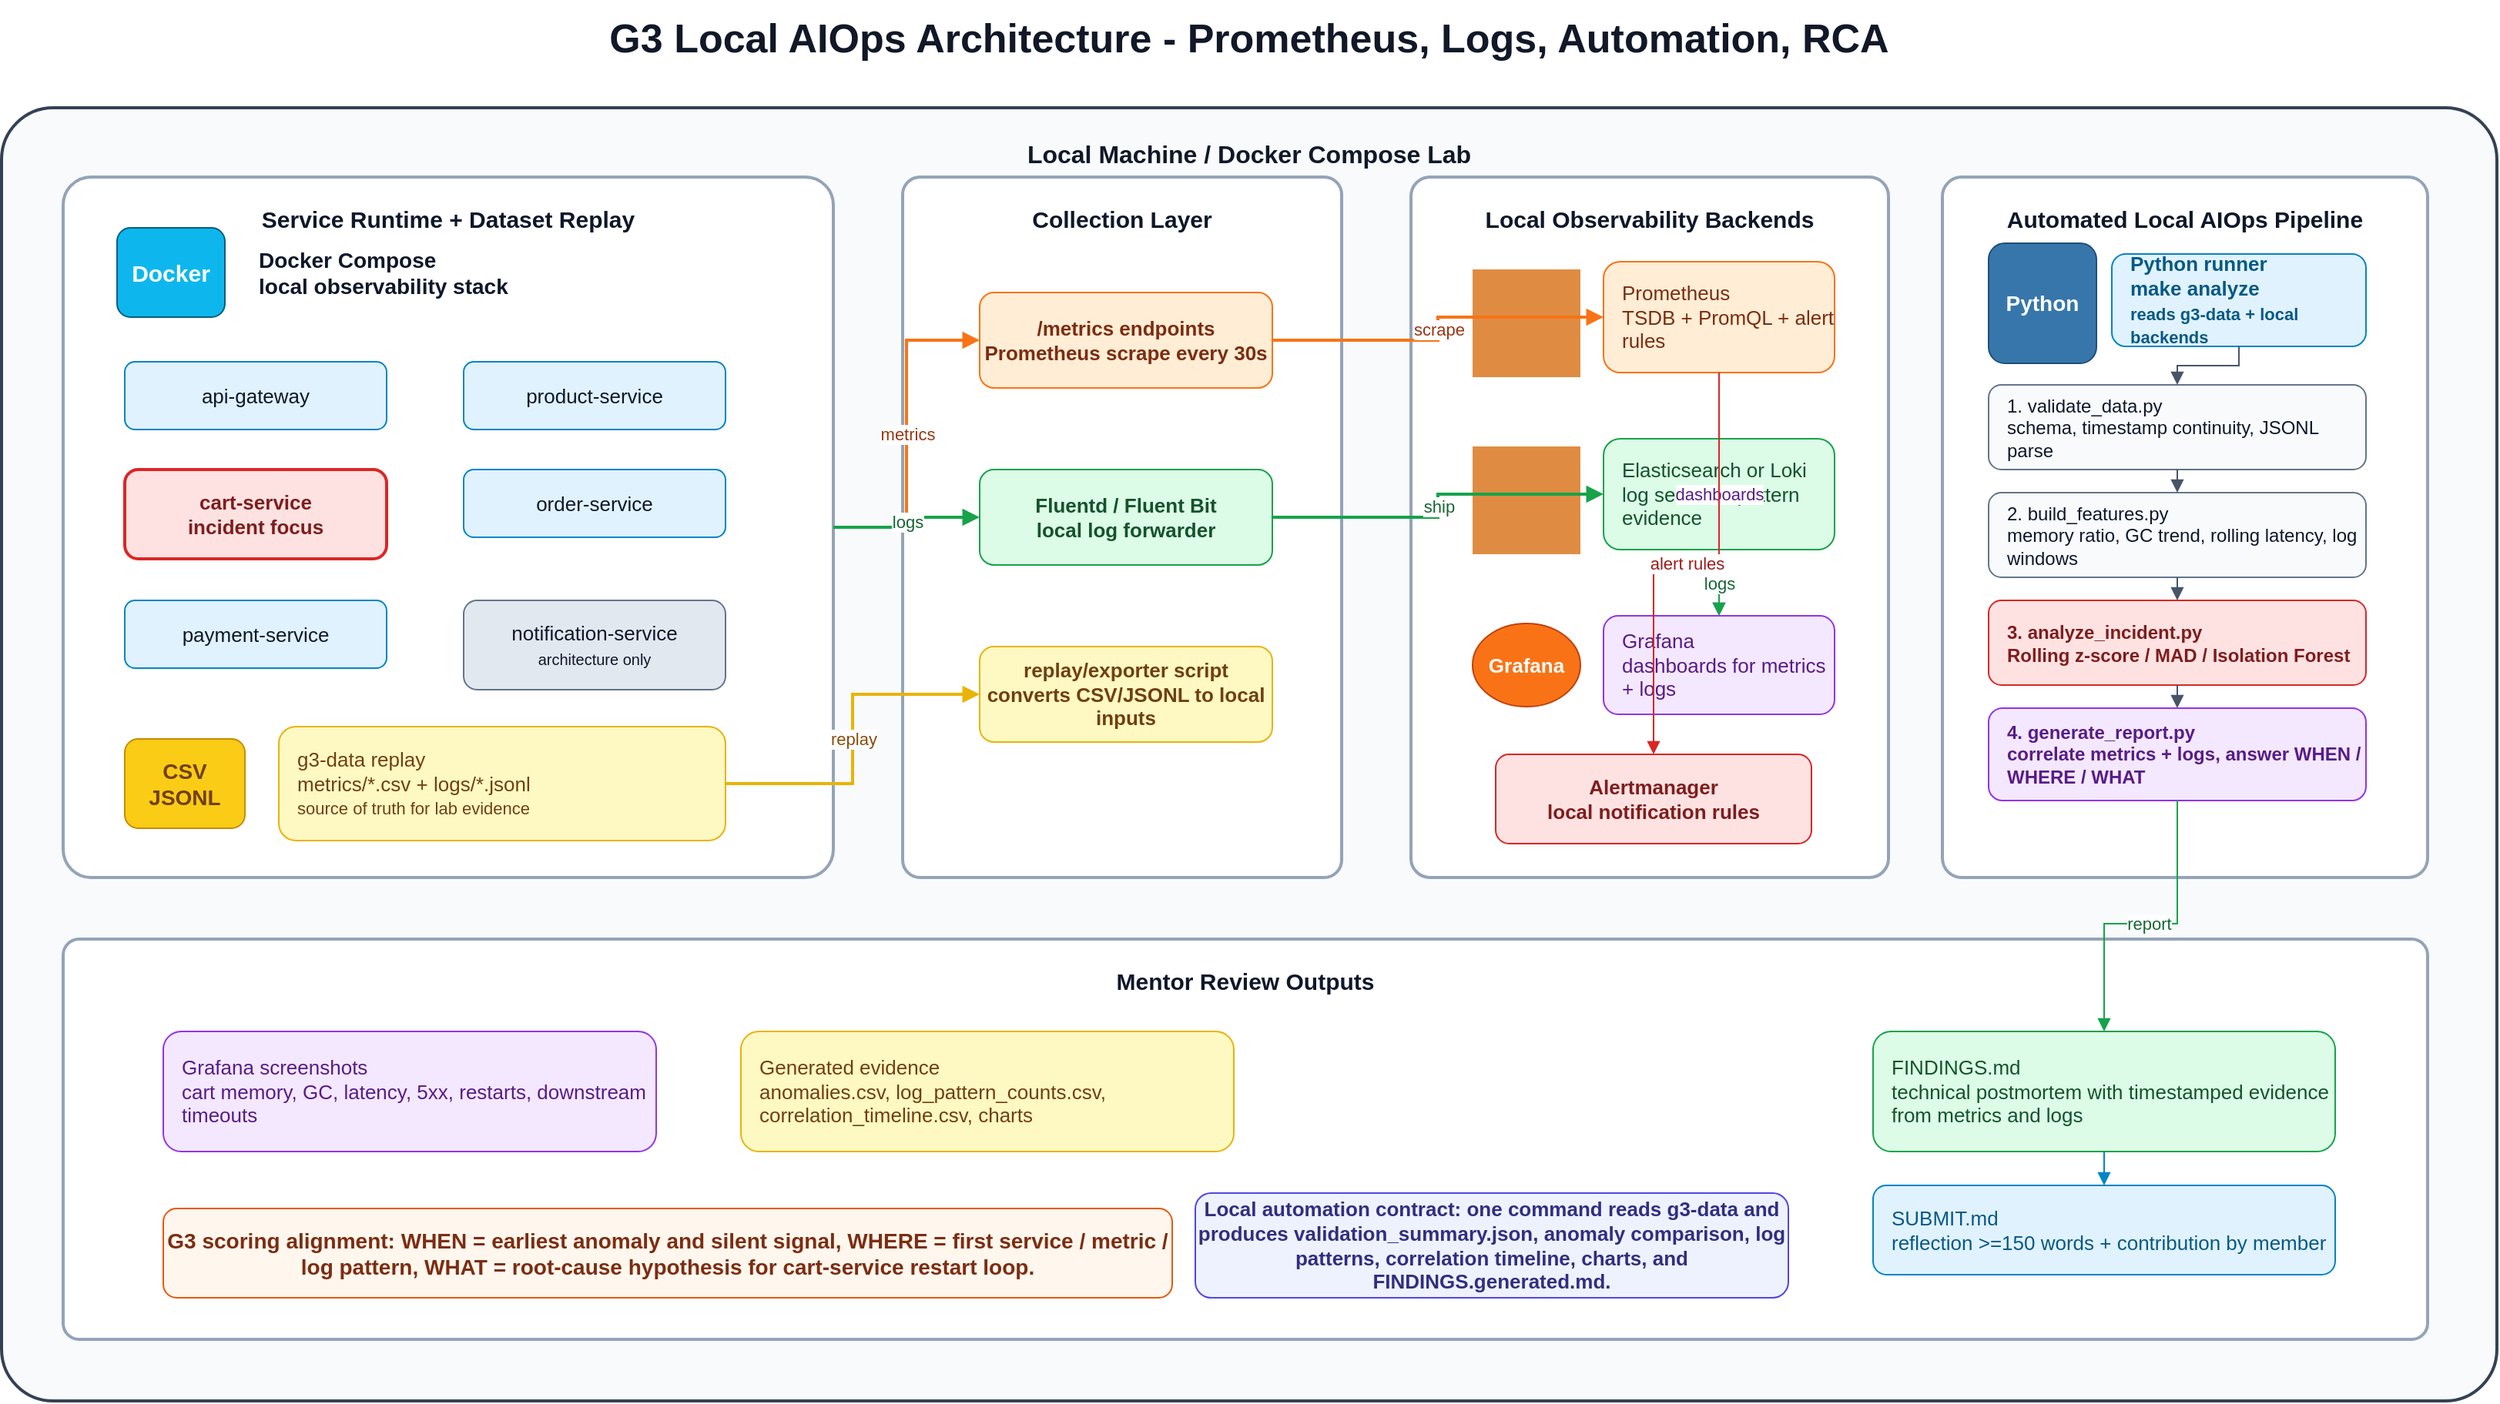
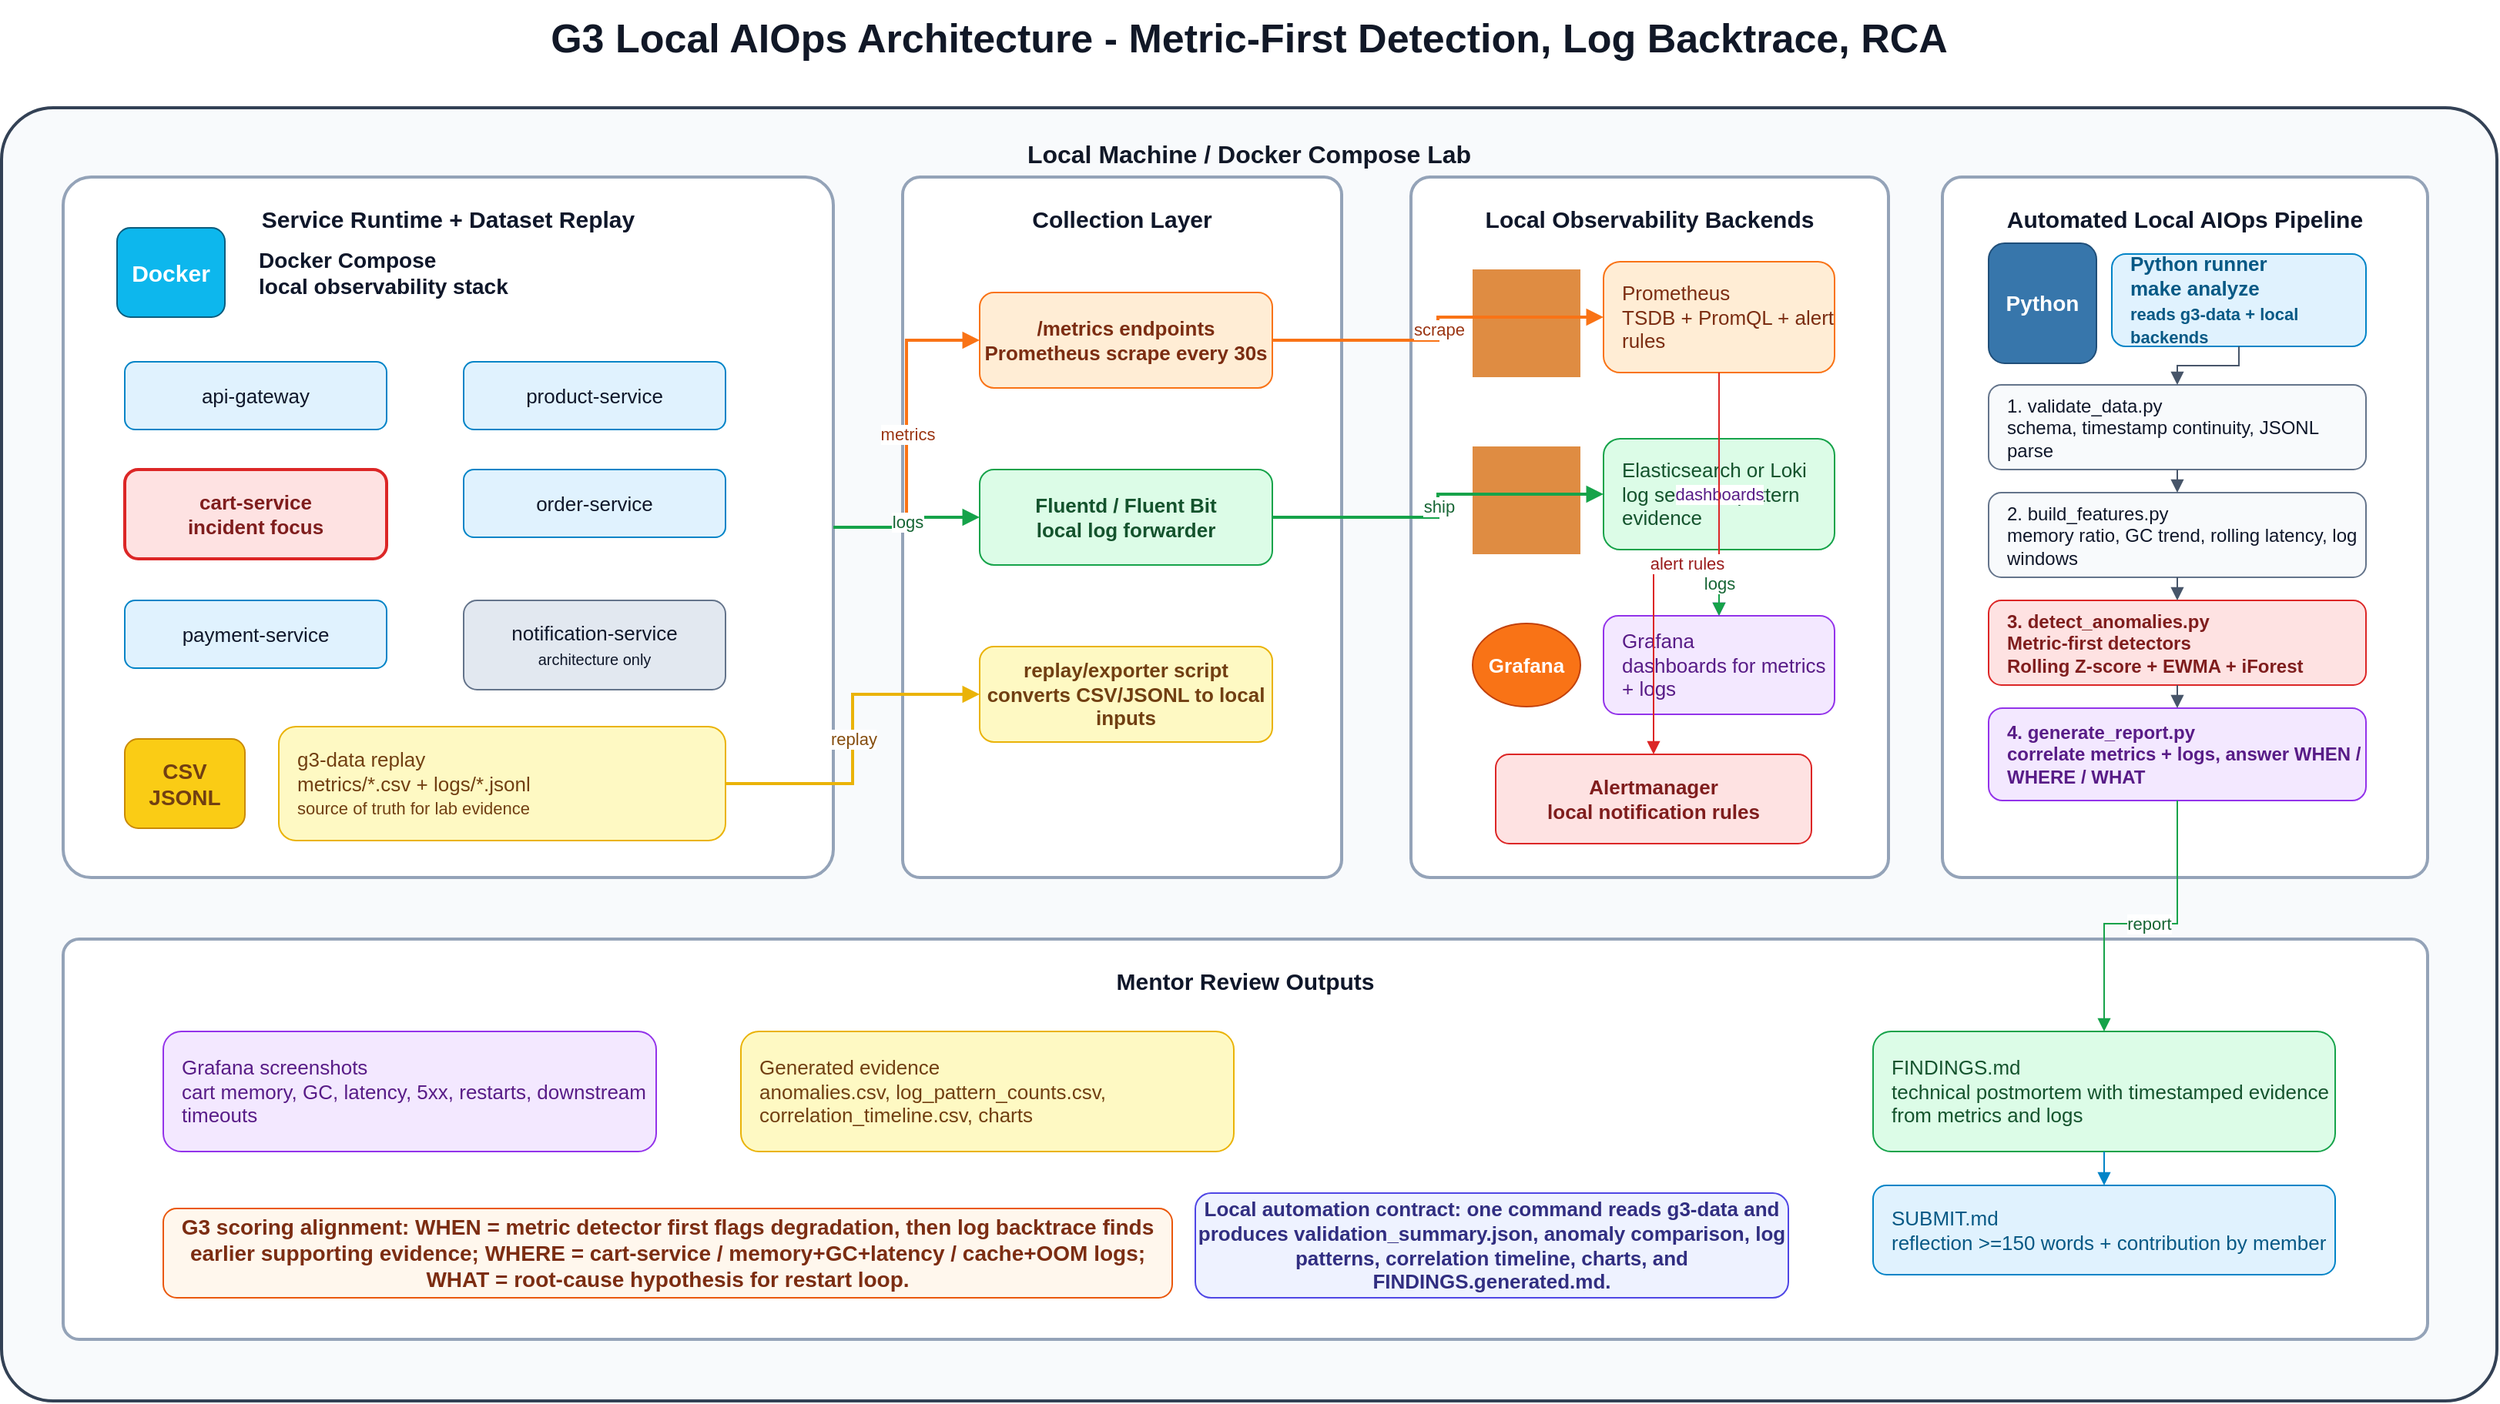
<mxfile host="app.diagrams.net" modified="2026-06-04T00:00:00.000Z" agent="Codex" version="24.7.17">
  <diagram id="g3-local-aiops-architecture" name="G3 Local AIOps Architecture">
    <mxGraphModel dx="1800" dy="1200" grid="1" gridSize="10" guides="1" tooltips="1" connect="1" arrows="1" fold="1" page="1" pageScale="1" pageWidth="1700" pageHeight="1080" math="0" shadow="0">
      <root>
        <mxCell id="0" />
        <mxCell id="1" parent="0" />

-         <mxCell id="title" value="G3 Local AIOps Architecture - Prometheus, Logs, Automation, RCA" style="text;html=1;strokeColor=none;fillColor=none;align=center;verticalAlign=middle;whiteSpace=wrap;fontSize=26;fontStyle=1;fontColor=#111827;" vertex="1" parent="1">
+         <mxCell id="title" value="G3 Local AIOps Architecture - Metric-First Detection, Log Backtrace, RCA" style="text;html=1;strokeColor=none;fillColor=none;align=center;verticalAlign=middle;whiteSpace=wrap;fontSize=26;fontStyle=1;fontColor=#111827;" vertex="1" parent="1">
          <mxGeometry x="280" y="20" width="1140" height="50" as="geometry" />
        </mxCell>

        <mxCell id="host" value="Local Machine / Docker Compose Lab" style="rounded=1;whiteSpace=wrap;html=1;arcSize=4;fillColor=#f8fafc;strokeColor=#334155;strokeWidth=2;fontStyle=1;fontColor=#111827;verticalAlign=top;spacingTop=14;fontSize=16;" vertex="1" parent="1">
          <mxGeometry x="40" y="90" width="1620" height="840" as="geometry" />
        </mxCell>

        <mxCell id="runtime" value="Service Runtime + Dataset Replay" style="rounded=1;whiteSpace=wrap;html=1;arcSize=4;fillColor=#ffffff;strokeColor=#94a3b8;strokeWidth=2;fontStyle=1;fontColor=#0f172a;verticalAlign=top;spacingTop=12;fontSize=15;" vertex="1" parent="1">
          <mxGeometry x="80" y="135" width="500" height="455" as="geometry" />
        </mxCell>
        <mxCell id="docker-icon" value="Docker" style="rounded=1;whiteSpace=wrap;html=1;fillColor=#0db7ed;strokeColor=#0b5d7e;fontColor=#ffffff;fontStyle=1;fontSize=15;align=center;verticalAlign=middle;" vertex="1" parent="1">
          <mxGeometry x="115" y="168" width="70" height="58" as="geometry" />
        </mxCell>
        <mxCell id="docker-label" value="Docker Compose&lt;br&gt;local observability stack" style="text;html=1;strokeColor=none;fillColor=none;align=left;verticalAlign=middle;whiteSpace=wrap;fontSize=14;fontStyle=1;fontColor=#0f172a;" vertex="1" parent="1">
          <mxGeometry x="205" y="170" width="250" height="54" as="geometry" />
        </mxCell>

        <mxCell id="svc-api" value="api-gateway" style="rounded=1;whiteSpace=wrap;html=1;fillColor=#e0f2fe;strokeColor=#0284c7;fontColor=#0f172a;fontSize=13;" vertex="1" parent="1">
          <mxGeometry x="120" y="255" width="170" height="44" as="geometry" />
        </mxCell>
        <mxCell id="svc-product" value="product-service" style="rounded=1;whiteSpace=wrap;html=1;fillColor=#e0f2fe;strokeColor=#0284c7;fontColor=#0f172a;fontSize=13;" vertex="1" parent="1">
          <mxGeometry x="340" y="255" width="170" height="44" as="geometry" />
        </mxCell>
        <mxCell id="svc-cart" value="cart-service&lt;br&gt;&lt;b&gt;incident focus&lt;/b&gt;" style="rounded=1;whiteSpace=wrap;html=1;fillColor=#fee2e2;strokeColor=#dc2626;strokeWidth=2;fontColor=#7f1d1d;fontSize=13;fontStyle=1;" vertex="1" parent="1">
          <mxGeometry x="120" y="325" width="170" height="58" as="geometry" />
        </mxCell>
        <mxCell id="svc-order" value="order-service" style="rounded=1;whiteSpace=wrap;html=1;fillColor=#e0f2fe;strokeColor=#0284c7;fontColor=#0f172a;fontSize=13;" vertex="1" parent="1">
          <mxGeometry x="340" y="325" width="170" height="44" as="geometry" />
        </mxCell>
        <mxCell id="svc-payment" value="payment-service" style="rounded=1;whiteSpace=wrap;html=1;fillColor=#e0f2fe;strokeColor=#0284c7;fontColor=#0f172a;fontSize=13;" vertex="1" parent="1">
          <mxGeometry x="120" y="410" width="170" height="44" as="geometry" />
        </mxCell>
        <mxCell id="svc-notification" value="notification-service&lt;br&gt;&lt;font style=&quot;font-size: 10px;&quot;&gt;architecture only&lt;/font&gt;" style="rounded=1;whiteSpace=wrap;html=1;fillColor=#e2e8f0;strokeColor=#64748b;fontColor=#0f172a;fontSize=13;" vertex="1" parent="1">
          <mxGeometry x="340" y="410" width="170" height="58" as="geometry" />
        </mxCell>
        <mxCell id="data-icon" value="CSV&lt;br&gt;JSONL" style="rounded=1;whiteSpace=wrap;html=1;fillColor=#facc15;strokeColor=#ca8a04;fontColor=#713f12;fontStyle=1;fontSize=14;" vertex="1" parent="1">
          <mxGeometry x="120" y="500" width="78" height="58" as="geometry" />
        </mxCell>
        <mxCell id="data-label" value="g3-data replay&lt;br&gt;metrics/*.csv + logs/*.jsonl&lt;br&gt;&lt;font style=&quot;font-size: 11px;&quot;&gt;source of truth for lab evidence&lt;/font&gt;" style="rounded=1;whiteSpace=wrap;html=1;fillColor=#fef9c3;strokeColor=#eab308;fontColor=#713f12;fontSize=13;align=left;spacingLeft=10;" vertex="1" parent="1">
          <mxGeometry x="220" y="492" width="290" height="74" as="geometry" />
        </mxCell>

        <mxCell id="collect" value="Collection Layer" style="rounded=1;whiteSpace=wrap;html=1;arcSize=4;fillColor=#ffffff;strokeColor=#94a3b8;strokeWidth=2;fontStyle=1;fontColor=#0f172a;verticalAlign=top;spacingTop=12;fontSize=15;" vertex="1" parent="1">
          <mxGeometry x="625" y="135" width="285" height="455" as="geometry" />
        </mxCell>
        <mxCell id="metrics-endpoint" value="/metrics endpoints&lt;br&gt;Prometheus scrape every 30s" style="rounded=1;whiteSpace=wrap;html=1;fillColor=#ffedd5;strokeColor=#f97316;fontColor=#7c2d12;fontSize=13;fontStyle=1;" vertex="1" parent="1">
          <mxGeometry x="675" y="210" width="190" height="62" as="geometry" />
        </mxCell>
        <mxCell id="fluentd" value="Fluentd / Fluent Bit&lt;br&gt;local log forwarder" style="rounded=1;whiteSpace=wrap;html=1;fillColor=#dcfce7;strokeColor=#16a34a;fontColor=#14532d;fontSize=13;fontStyle=1;" vertex="1" parent="1">
          <mxGeometry x="675" y="325" width="190" height="62" as="geometry" />
        </mxCell>
        <mxCell id="replay-adapter" value="replay/exporter script&lt;br&gt;converts CSV/JSONL to local inputs" style="rounded=1;whiteSpace=wrap;html=1;fillColor=#fef9c3;strokeColor=#eab308;fontColor=#713f12;fontSize=13;fontStyle=1;" vertex="1" parent="1">
          <mxGeometry x="675" y="440" width="190" height="62" as="geometry" />
        </mxCell>

        <mxCell id="backends" value="Local Observability Backends" style="rounded=1;whiteSpace=wrap;html=1;arcSize=4;fillColor=#ffffff;strokeColor=#94a3b8;strokeWidth=2;fontStyle=1;fontColor=#0f172a;verticalAlign=top;spacingTop=12;fontSize=15;" vertex="1" parent="1">
          <mxGeometry x="955" y="135" width="310" height="455" as="geometry" />
        </mxCell>
        <mxCell id="prom-icon" value="" style="sketch=0;outlineConnect=0;gradientColor=none;fillColor=#DF8C42;strokeColor=none;dashed=0;verticalLabelPosition=bottom;verticalAlign=top;align=center;html=1;fontSize=12;fontStyle=0;aspect=fixed;shape=mxgraph.alibaba_cloud.prometheus;" vertex="1" parent="1">
          <mxGeometry x="995" y="195" width="70" height="70" as="geometry" />
        </mxCell>
        <mxCell id="prometheus" value="Prometheus&lt;br&gt;TSDB + PromQL + alert rules" style="rounded=1;whiteSpace=wrap;html=1;fillColor=#ffedd5;strokeColor=#f97316;fontColor=#7c2d12;fontSize=13;align=left;spacingLeft=10;" vertex="1" parent="1">
          <mxGeometry x="1080" y="190" width="150" height="72" as="geometry" />
        </mxCell>
        <mxCell id="elastic-icon" value="" style="sketch=0;outlineConnect=0;gradientColor=none;fillColor=#DF8C42;strokeColor=none;dashed=0;verticalLabelPosition=bottom;verticalAlign=top;align=center;html=1;fontSize=12;fontStyle=0;aspect=fixed;shape=mxgraph.alibaba_cloud.elasticsearch;" vertex="1" parent="1">
          <mxGeometry x="995" y="310" width="70" height="70" as="geometry" />
        </mxCell>
        <mxCell id="elasticsearch" value="Elasticsearch or Loki&lt;br&gt;log search + pattern evidence" style="rounded=1;whiteSpace=wrap;html=1;fillColor=#dcfce7;strokeColor=#16a34a;fontColor=#14532d;fontSize=13;align=left;spacingLeft=10;" vertex="1" parent="1">
          <mxGeometry x="1080" y="305" width="150" height="72" as="geometry" />
        </mxCell>
        <mxCell id="grafana-icon" value="Grafana" style="ellipse;whiteSpace=wrap;html=1;fillColor=#f97316;strokeColor=#c2410c;fontColor=#ffffff;fontStyle=1;fontSize=13;align=center;verticalAlign=middle;" vertex="1" parent="1">
          <mxGeometry x="995" y="425" width="70" height="54" as="geometry" />
        </mxCell>
        <mxCell id="grafana" value="Grafana&lt;br&gt;dashboards for metrics + logs" style="rounded=1;whiteSpace=wrap;html=1;fillColor=#f3e8ff;strokeColor=#9333ea;fontColor=#581c87;fontSize=13;align=left;spacingLeft=10;" vertex="1" parent="1">
          <mxGeometry x="1080" y="420" width="150" height="64" as="geometry" />
        </mxCell>
        <mxCell id="alertmanager" value="Alertmanager&lt;br&gt;local notification rules" style="rounded=1;whiteSpace=wrap;html=1;fillColor=#fee2e2;strokeColor=#dc2626;fontColor=#7f1d1d;fontSize=13;align=center;fontStyle=1;" vertex="1" parent="1">
          <mxGeometry x="1010" y="510" width="205" height="58" as="geometry" />
        </mxCell>

        <mxCell id="pipeline" value="Automated Local AIOps Pipeline" style="rounded=1;whiteSpace=wrap;html=1;arcSize=4;fillColor=#ffffff;strokeColor=#94a3b8;strokeWidth=2;fontStyle=1;fontColor=#0f172a;verticalAlign=top;spacingTop=12;fontSize=15;" vertex="1" parent="1">
          <mxGeometry x="1300" y="135" width="315" height="455" as="geometry" />
        </mxCell>
        <mxCell id="python-icon" value="Python" style="rounded=1;whiteSpace=wrap;html=1;fillColor=#3776ab;strokeColor=#1f4e79;fontColor=#ffffff;fontStyle=1;fontSize=14;align=center;verticalAlign=middle;" vertex="1" parent="1">
          <mxGeometry x="1330" y="178" width="70" height="78" as="geometry" />
        </mxCell>
        <mxCell id="runner" value="Python runner&lt;br&gt;make analyze&lt;br&gt;&lt;font style=&quot;font-size: 11px;&quot;&gt;reads g3-data + local backends&lt;/font&gt;" style="rounded=1;whiteSpace=wrap;html=1;fillColor=#e0f2fe;strokeColor=#0284c7;fontColor=#075985;fontSize=13;fontStyle=1;align=left;spacingLeft=10;" vertex="1" parent="1">
          <mxGeometry x="1410" y="185" width="165" height="60" as="geometry" />
        </mxCell>
        <mxCell id="validate" value="1. validate_data.py&lt;br&gt;schema, timestamp continuity, JSONL parse" style="rounded=1;whiteSpace=wrap;html=1;fillColor=#f8fafc;strokeColor=#64748b;fontColor=#0f172a;fontSize=12;align=left;spacingLeft=10;" vertex="1" parent="1">
          <mxGeometry x="1330" y="270" width="245" height="55" as="geometry" />
        </mxCell>
        <mxCell id="features" value="2. build_features.py&lt;br&gt;memory ratio, GC trend, rolling latency, log windows" style="rounded=1;whiteSpace=wrap;html=1;fillColor=#f8fafc;strokeColor=#64748b;fontColor=#0f172a;fontSize=12;align=left;spacingLeft=10;" vertex="1" parent="1">
          <mxGeometry x="1330" y="340" width="245" height="55" as="geometry" />
        </mxCell>
-         <mxCell id="detect" value="3. analyze_incident.py&lt;br&gt;Rolling z-score / MAD / Isolation Forest" style="rounded=1;whiteSpace=wrap;html=1;fillColor=#fee2e2;strokeColor=#dc2626;fontColor=#7f1d1d;fontSize=12;fontStyle=1;align=left;spacingLeft=10;" vertex="1" parent="1">
+         <mxCell id="detect" value="3. detect_anomalies.py&lt;br&gt;Metric-first detectors&lt;br&gt;Rolling Z-score + EWMA + iForest" style="rounded=1;whiteSpace=wrap;html=1;fillColor=#fee2e2;strokeColor=#dc2626;fontColor=#7f1d1d;fontSize=12;fontStyle=1;align=left;spacingLeft=10;" vertex="1" parent="1">
          <mxGeometry x="1330" y="410" width="245" height="55" as="geometry" />
        </mxCell>
        <mxCell id="reportgen" value="4. generate_report.py&lt;br&gt;correlate metrics + logs, answer WHEN / WHERE / WHAT" style="rounded=1;whiteSpace=wrap;html=1;fillColor=#f3e8ff;strokeColor=#9333ea;fontColor=#581c87;fontSize=12;fontStyle=1;align=left;spacingLeft=10;" vertex="1" parent="1">
          <mxGeometry x="1330" y="480" width="245" height="60" as="geometry" />
        </mxCell>

        <mxCell id="outputs" value="Mentor Review Outputs" style="rounded=1;whiteSpace=wrap;html=1;arcSize=4;fillColor=#ffffff;strokeColor=#94a3b8;strokeWidth=2;fontStyle=1;fontColor=#0f172a;verticalAlign=top;spacingTop=12;fontSize=15;" vertex="1" parent="1">
          <mxGeometry x="80" y="630" width="1535" height="260" as="geometry" />
        </mxCell>
        <mxCell id="findings" value="FINDINGS.md&lt;br&gt;technical postmortem with timestamped evidence from metrics and logs" style="rounded=1;whiteSpace=wrap;html=1;fillColor=#dcfce7;strokeColor=#16a34a;fontColor=#14532d;fontSize=13;align=left;spacingLeft=10;" vertex="1" parent="1">
          <mxGeometry x="1255" y="690" width="300" height="78" as="geometry" />
        </mxCell>
        <mxCell id="submit" value="SUBMIT.md&lt;br&gt;reflection >=150 words + contribution by member" style="rounded=1;whiteSpace=wrap;html=1;fillColor=#e0f2fe;strokeColor=#0284c7;fontColor=#075985;fontSize=13;align=left;spacingLeft=10;" vertex="1" parent="1">
          <mxGeometry x="1255" y="790" width="300" height="58" as="geometry" />
        </mxCell>
        <mxCell id="charts" value="Generated evidence&lt;br&gt;anomalies.csv, log_pattern_counts.csv, correlation_timeline.csv, charts" style="rounded=1;whiteSpace=wrap;html=1;fillColor=#fef9c3;strokeColor=#eab308;fontColor=#713f12;fontSize=13;align=left;spacingLeft=10;" vertex="1" parent="1">
          <mxGeometry x="520" y="690" width="320" height="78" as="geometry" />
        </mxCell>
        <mxCell id="dashboards" value="Grafana screenshots&lt;br&gt;cart memory, GC, latency, 5xx, restarts, downstream timeouts" style="rounded=1;whiteSpace=wrap;html=1;fillColor=#f3e8ff;strokeColor=#9333ea;fontColor=#581c87;fontSize=13;align=left;spacingLeft=10;" vertex="1" parent="1">
          <mxGeometry x="145" y="690" width="320" height="78" as="geometry" />
        </mxCell>

-         <mxCell id="must-answer" value="G3 scoring alignment: WHEN = earliest anomaly and silent signal, WHERE = first service / metric / log pattern, WHAT = root-cause hypothesis for cart-service restart loop." style="rounded=1;whiteSpace=wrap;html=1;fillColor=#fff7ed;strokeColor=#ea580c;fontColor=#7c2d12;fontSize=14;fontStyle=1;align=center;" vertex="1" parent="1">
+         <mxCell id="must-answer" value="G3 scoring alignment: WHEN = metric detector first flags degradation, then log backtrace finds earlier supporting evidence; WHERE = cart-service / memory+GC+latency / cache+OOM logs; WHAT = root-cause hypothesis for restart loop." style="rounded=1;whiteSpace=wrap;html=1;fillColor=#fff7ed;strokeColor=#ea580c;fontColor=#7c2d12;fontSize=14;fontStyle=1;align=center;" vertex="1" parent="1">
          <mxGeometry x="145" y="805" width="655" height="58" as="geometry" />
        </mxCell>
        <mxCell id="automation-note" value="Local automation contract: one command reads g3-data and produces validation_summary.json, anomaly comparison, log patterns, correlation timeline, charts, and FINDINGS.generated.md." style="rounded=1;whiteSpace=wrap;html=1;fillColor=#eef2ff;strokeColor=#4f46e5;fontColor=#312e81;fontSize=13;fontStyle=1;align=center;" vertex="1" parent="1">
          <mxGeometry x="815" y="795" width="385" height="68" as="geometry" />
        </mxCell>

        <mxCell id="e1" value="metrics" style="edgeStyle=orthogonalEdgeStyle;rounded=0;html=1;endArrow=block;endFill=1;strokeColor=#f97316;fontColor=#9a3412;strokeWidth=2;" edge="1" parent="1" source="runtime" target="metrics-endpoint">
          <mxGeometry relative="1" as="geometry" />
        </mxCell>
        <mxCell id="e2" value="logs" style="edgeStyle=orthogonalEdgeStyle;rounded=0;html=1;endArrow=block;endFill=1;strokeColor=#16a34a;fontColor=#166534;strokeWidth=2;" edge="1" parent="1" source="runtime" target="fluentd">
          <mxGeometry relative="1" as="geometry" />
        </mxCell>
        <mxCell id="e3" value="replay" style="edgeStyle=orthogonalEdgeStyle;rounded=0;html=1;endArrow=block;endFill=1;strokeColor=#eab308;fontColor=#854d0e;strokeWidth=2;" edge="1" parent="1" source="data-label" target="replay-adapter">
          <mxGeometry relative="1" as="geometry" />
        </mxCell>
        <mxCell id="e4" value="scrape" style="edgeStyle=orthogonalEdgeStyle;rounded=0;html=1;endArrow=block;endFill=1;strokeColor=#f97316;fontColor=#9a3412;strokeWidth=2;" edge="1" parent="1" source="metrics-endpoint" target="prometheus">
          <mxGeometry relative="1" as="geometry" />
        </mxCell>
        <mxCell id="e5" value="ship" style="edgeStyle=orthogonalEdgeStyle;rounded=0;html=1;endArrow=block;endFill=1;strokeColor=#16a34a;fontColor=#166534;strokeWidth=2;" edge="1" parent="1" source="fluentd" target="elasticsearch">
          <mxGeometry relative="1" as="geometry" />
        </mxCell>
        <mxCell id="e7" value="dashboards" style="edgeStyle=orthogonalEdgeStyle;rounded=0;html=1;endArrow=block;endFill=1;strokeColor=#9333ea;fontColor=#581c87;" edge="1" parent="1" source="prometheus" target="grafana">
          <mxGeometry relative="1" as="geometry" />
        </mxCell>
        <mxCell id="e8" value="logs" style="edgeStyle=orthogonalEdgeStyle;rounded=0;html=1;endArrow=block;endFill=1;strokeColor=#16a34a;fontColor=#166534;" edge="1" parent="1" source="elasticsearch" target="grafana">
          <mxGeometry relative="1" as="geometry" />
        </mxCell>
        <mxCell id="e9" value="alert rules" style="edgeStyle=orthogonalEdgeStyle;rounded=0;html=1;endArrow=block;endFill=1;strokeColor=#dc2626;fontColor=#991b1b;" edge="1" parent="1" source="prometheus" target="alertmanager">
          <mxGeometry relative="1" as="geometry" />
        </mxCell>
        <mxCell id="e11" value="" style="edgeStyle=orthogonalEdgeStyle;rounded=0;html=1;endArrow=block;endFill=1;strokeColor=#475569;" edge="1" parent="1" source="runner" target="validate">
          <mxGeometry relative="1" as="geometry" />
        </mxCell>
        <mxCell id="e12" value="" style="edgeStyle=orthogonalEdgeStyle;rounded=0;html=1;endArrow=block;endFill=1;strokeColor=#475569;" edge="1" parent="1" source="validate" target="features">
          <mxGeometry relative="1" as="geometry" />
        </mxCell>
        <mxCell id="e13" value="" style="edgeStyle=orthogonalEdgeStyle;rounded=0;html=1;endArrow=block;endFill=1;strokeColor=#475569;" edge="1" parent="1" source="features" target="detect">
          <mxGeometry relative="1" as="geometry" />
        </mxCell>
        <mxCell id="e14" value="" style="edgeStyle=orthogonalEdgeStyle;rounded=0;html=1;endArrow=block;endFill=1;strokeColor=#475569;" edge="1" parent="1" source="detect" target="reportgen">
          <mxGeometry relative="1" as="geometry" />
        </mxCell>
        <mxCell id="e15" value="report" style="edgeStyle=orthogonalEdgeStyle;rounded=0;html=1;endArrow=block;endFill=1;strokeColor=#16a34a;fontColor=#166534;" edge="1" parent="1" source="reportgen" target="findings">
          <mxGeometry relative="1" as="geometry">
            <Array as="points">
              <mxPoint x="1452" y="620" />
              <mxPoint x="1405" y="620" />
            </Array>
          </mxGeometry>
        </mxCell>
        <mxCell id="e16" value="" style="edgeStyle=orthogonalEdgeStyle;rounded=0;html=1;endArrow=block;endFill=1;strokeColor=#0284c7;" edge="1" parent="1" source="findings" target="submit">
          <mxGeometry relative="1" as="geometry" />
        </mxCell>
      </root>
    </mxGraphModel>
  </diagram>
</mxfile>
